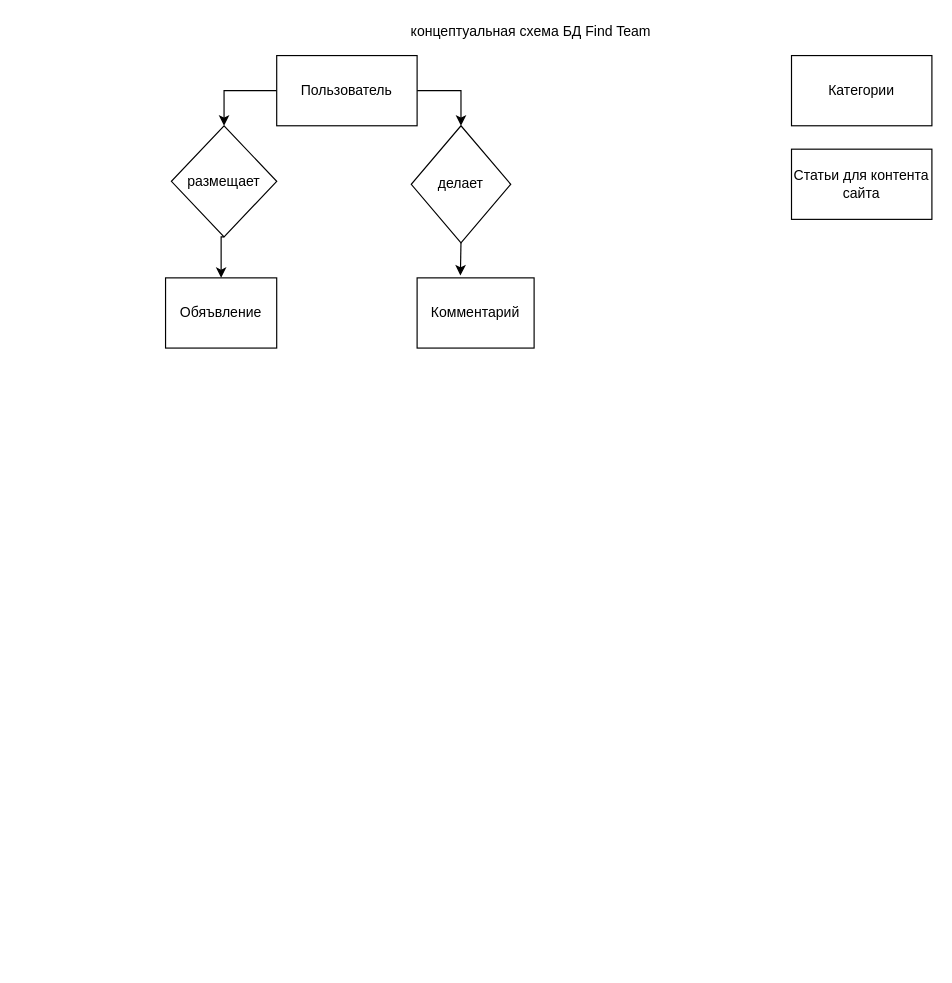
The draw.io diagram scheme_db/scheme conceptual.drawio in igor193/dumpsdatafindteam, before the edit. Source tidied: cells renumbered, new cells numbered last; positions are measured from the earlier drawing's top-left corner, leaving out a move shared by most shapes. Both pictures are drawn from the tidied source at 117%, with x=0, y=0 at pixel (165, 20).
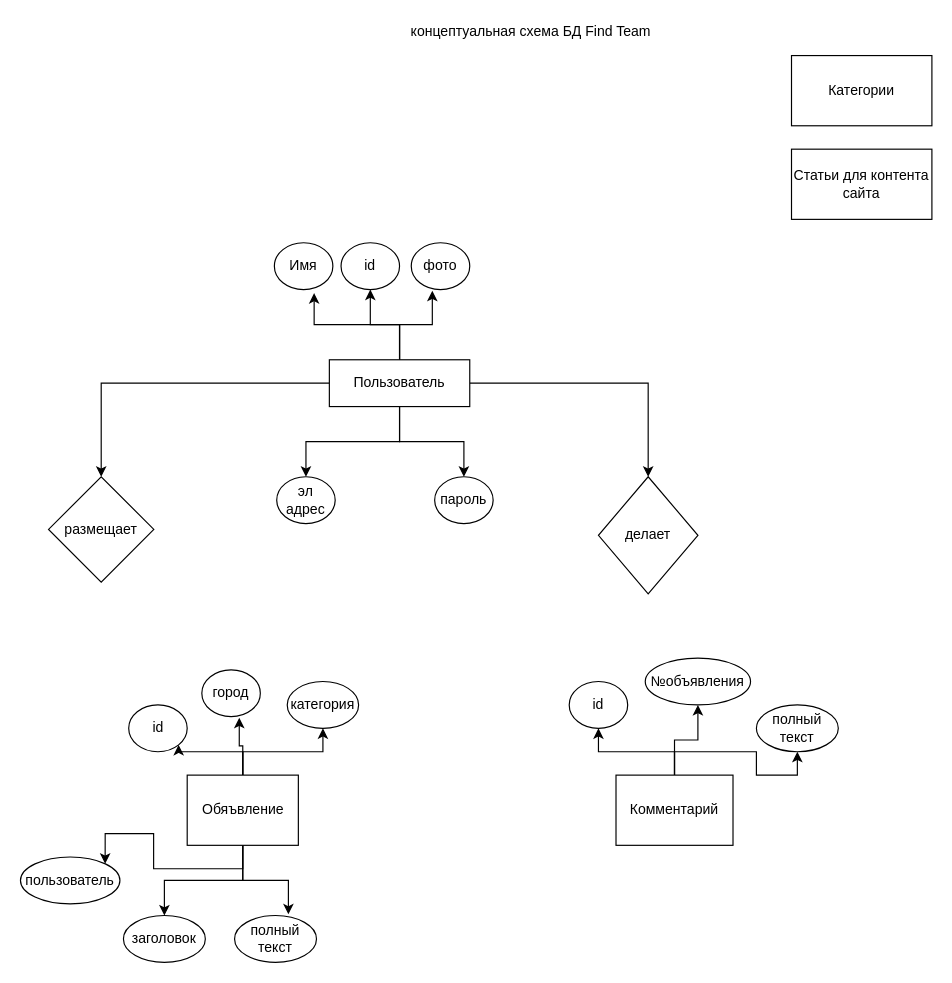
After the change.

Change to the diagram source:
```diff
@@
+    <mxCell id="14" style="edgeStyle=orthogonalEdgeStyle;rounded=0;jettySize=auto;html=1;exitX=0.5;exitY=0;exitDx=0;exitDy=0;entryX=1;entryY=1;entryDx=0;entryDy=0;" parent="1" edge="1" source="2" target="31">
+      <mxGeometry relative="1" as="geometry" />
+    </mxCell>
+    <mxCell id="15" style="edgeStyle=orthogonalEdgeStyle;rounded=0;jettySize=auto;html=1;exitX=0.5;exitY=0;exitDx=0;exitDy=0;entryX=0.64;entryY=1.025;entryDx=0;entryDy=0;entryPerimeter=0;" parent="1" edge="1" source="2" target="34">
+      <mxGeometry relative="1" as="geometry" />
+    </mxCell>
+    <mxCell id="16" style="edgeStyle=orthogonalEdgeStyle;rounded=0;jettySize=auto;html=1;exitX=0.5;exitY=1;exitDx=0;exitDy=0;entryX=1;entryY=0;entryDx=0;entryDy=0;" parent="1" edge="1" source="2" target="35">
+      <mxGeometry relative="1" as="geometry" />
+    </mxCell>
+    <mxCell id="17" style="edgeStyle=orthogonalEdgeStyle;rounded=0;jettySize=auto;html=1;exitX=0.5;exitY=1;exitDx=0;exitDy=0;" parent="1" edge="1" source="2" target="36">
+      <mxGeometry relative="1" as="geometry" />
+    </mxCell>
+    <mxCell id="18" style="edgeStyle=orthogonalEdgeStyle;rounded=0;jettySize=auto;html=1;exitX=0.5;exitY=1;exitDx=0;exitDy=0;entryX=0.657;entryY=-0.025;entryDx=0;entryDy=0;entryPerimeter=0;" parent="1" edge="1" source="2" target="37">
+      <mxGeometry relative="1" as="geometry" />
+    </mxCell>
+    <mxCell id="19" style="edgeStyle=orthogonalEdgeStyle;rounded=0;jettySize=auto;html=1;exitX=0.5;exitY=0;exitDx=0;exitDy=0;entryX=0.5;entryY=1;entryDx=0;entryDy=0;" parent="1" edge="1" source="2" target="39">
+      <mxGeometry relative="1" as="geometry" />
+    </mxCell>
     <mxCell id="2" value="Обяъвление" style="rounded=0;whiteSpace=wrap;html=1;" parent="1" vertex="1">
-      <mxGeometry y="220" width="95" height="60" as="geometry" />
+      <mxGeometry x="18.5" y="645" width="95" height="60" as="geometry" />
     </mxCell>
@@
+    <mxCell id="20" style="edgeStyle=orthogonalEdgeStyle;rounded=0;jettySize=auto;html=1;exitX=0.5;exitY=0;exitDx=0;exitDy=0;entryX=0.68;entryY=1.075;entryDx=0;entryDy=0;entryPerimeter=0;" parent="1" edge="1" source="5" target="28">
+      <mxGeometry relative="1" as="geometry" />
+    </mxCell>
+    <mxCell id="21" style="edgeStyle=orthogonalEdgeStyle;rounded=0;jettySize=auto;html=1;exitX=0.5;exitY=0;exitDx=0;exitDy=0;entryX=0.5;entryY=1;entryDx=0;entryDy=0;" parent="1" edge="1" source="5" target="29">
+      <mxGeometry relative="1" as="geometry" />
+    </mxCell>
+    <mxCell id="22" style="edgeStyle=orthogonalEdgeStyle;rounded=0;jettySize=auto;html=1;exitX=0.5;exitY=0;exitDx=0;exitDy=0;entryX=0.36;entryY=1.025;entryDx=0;entryDy=0;entryPerimeter=0;" parent="1" edge="1" source="5" target="30">
+      <mxGeometry relative="1" as="geometry" />
+    </mxCell>
+    <mxCell id="23" style="edgeStyle=orthogonalEdgeStyle;rounded=0;jettySize=auto;html=1;exitX=0.5;exitY=1;exitDx=0;exitDy=0;entryX=0.5;entryY=0;entryDx=0;entryDy=0;" parent="1" edge="1" source="5" target="32">
+      <mxGeometry relative="1" as="geometry" />
+    </mxCell>
+    <mxCell id="24" style="edgeStyle=orthogonalEdgeStyle;rounded=0;jettySize=auto;html=1;exitX=0.5;exitY=1;exitDx=0;exitDy=0;entryX=0.5;entryY=0;entryDx=0;entryDy=0;" parent="1" edge="1" source="5" target="33">
+      <mxGeometry relative="1" as="geometry" />
+    </mxCell>
     <mxCell id="5" value="Пользователь" style="rounded=0;whiteSpace=wrap;html=1;" parent="1" vertex="1">
-      <mxGeometry x="95" y="30" width="120" height="60" as="geometry" />
+      <mxGeometry x="140" y="290" width="120" height="40" as="geometry" />
     </mxCell>
-    <mxCell id="6" style="edgeStyle=orthogonalEdgeStyle;rounded=0;jettySize=auto;html=1;exitX=1;exitY=0.5;exitDx=0;exitDy=0;entryX=0.5;entryY=0;entryDx=0;entryDy=0;" parent="1" edge="1" source="7" target="2">
-      <mxGeometry relative="1" as="geometry" />
-    </mxCell>
     <mxCell id="7" value="размещает" style="rhombus;whiteSpace=wrap;html=1;direction=south;" parent="1" vertex="1">
-      <mxGeometry x="5" y="90" width="90" height="95" as="geometry" />
+      <mxGeometry x="-100" y="390" width="90" height="90" as="geometry" />
     </mxCell>
+    <mxCell id="25" style="edgeStyle=orthogonalEdgeStyle;rounded=0;jettySize=auto;html=1;exitX=0.5;exitY=0;exitDx=0;exitDy=0;entryX=0.5;entryY=1;entryDx=0;entryDy=0;" parent="1" edge="1" source="8" target="38">
+      <mxGeometry relative="1" as="geometry" />
+    </mxCell>
+    <mxCell id="26" style="edgeStyle=orthogonalEdgeStyle;rounded=0;jettySize=auto;html=1;exitX=0.5;exitY=0;exitDx=0;exitDy=0;entryX=0.5;entryY=1;entryDx=0;entryDy=0;" parent="1" edge="1" source="8" target="40">
+      <mxGeometry relative="1" as="geometry" />
+    </mxCell>
+    <mxCell id="27" style="edgeStyle=orthogonalEdgeStyle;rounded=0;jettySize=auto;html=1;exitX=0.5;exitY=0;exitDx=0;exitDy=0;entryX=0.5;entryY=1;entryDx=0;entryDy=0;" parent="1" edge="1" source="8" target="41">
+      <mxGeometry relative="1" as="geometry" />
+    </mxCell>
     <mxCell id="8" value="Комментарий" style="rounded=0;whiteSpace=wrap;html=1;" parent="1" vertex="1">
-      <mxGeometry x="215" y="220" width="100" height="60" as="geometry" />
+      <mxGeometry x="385" y="645" width="100" height="60" as="geometry" />
     </mxCell>
@@
-    <mxCell id="11" style="edgeStyle=orthogonalEdgeStyle;rounded=0;jettySize=auto;html=1;exitX=1;exitY=0.5;exitDx=0;exitDy=0;entryX=0.37;entryY=-0.033;entryDx=0;entryDy=0;entryPerimeter=0;" parent="1" edge="1" source="12" target="8">
-      <mxGeometry relative="1" as="geometry" />
-    </mxCell>
     <mxCell id="12" value="делает" style="rhombus;whiteSpace=wrap;html=1;direction=south;" parent="1" vertex="1">
-      <mxGeometry x="210" y="90" width="85" height="100" as="geometry" />
+      <mxGeometry x="370" y="390" width="85" height="100" as="geometry" />
     </mxCell>
@@
+    <mxCell id="28" value="Имя" style="ellipse;whiteSpace=wrap;html=1;" parent="1" vertex="1">
+      <mxGeometry x="93" y="190" width="50" height="40" as="geometry" />
+    </mxCell>
+    <mxCell id="29" value="id" style="ellipse;whiteSpace=wrap;html=1;" parent="1" vertex="1">
+      <mxGeometry x="150" y="190" width="50" height="40" as="geometry" />
+    </mxCell>
+    <mxCell id="30" value="фото" style="ellipse;whiteSpace=wrap;html=1;" parent="1" vertex="1">
+      <mxGeometry x="210" y="190" width="50" height="40" as="geometry" />
+    </mxCell>
+    <mxCell id="31" value="id" style="ellipse;whiteSpace=wrap;html=1;" parent="1" vertex="1">
+      <mxGeometry x="-31.5" y="585" width="50" height="40" as="geometry" />
+    </mxCell>
+    <mxCell id="32" value="пароль" style="ellipse;whiteSpace=wrap;html=1;" parent="1" vertex="1">
+      <mxGeometry x="230" y="390" width="50" height="40" as="geometry" />
+    </mxCell>
+    <mxCell id="33" value="эл адрес" style="ellipse;whiteSpace=wrap;html=1;" parent="1" vertex="1">
+      <mxGeometry x="95" y="390" width="50" height="40" as="geometry" />
+    </mxCell>
+    <mxCell id="34" value="город" style="ellipse;whiteSpace=wrap;html=1;" parent="1" vertex="1">
+      <mxGeometry x="31" y="555" width="50" height="40" as="geometry" />
+    </mxCell>
+    <mxCell id="35" value="&lt;div&gt;пользователь&lt;/div&gt;" style="ellipse;whiteSpace=wrap;html=1;" parent="1" vertex="1">
+      <mxGeometry x="-124" y="715" width="85" height="40" as="geometry" />
+    </mxCell>
+    <mxCell id="36" value="заголовок" style="ellipse;whiteSpace=wrap;html=1;" parent="1" vertex="1">
+      <mxGeometry x="-36" y="765" width="70" height="40" as="geometry" />
+    </mxCell>
+    <mxCell id="37" value="полный текст" style="ellipse;whiteSpace=wrap;html=1;" parent="1" vertex="1">
+      <mxGeometry x="59" y="765" width="70" height="40" as="geometry" />
+    </mxCell>
+    <mxCell id="38" value="id" style="ellipse;whiteSpace=wrap;html=1;" parent="1" vertex="1">
+      <mxGeometry x="345" y="565" width="50" height="40" as="geometry" />
+    </mxCell>
+    <mxCell id="39" value="категория" style="ellipse;whiteSpace=wrap;html=1;" parent="1" vertex="1">
+      <mxGeometry x="104" y="565" width="61" height="40" as="geometry" />
+    </mxCell>
+    <mxCell id="40" value="№объявления" style="ellipse;whiteSpace=wrap;html=1;" parent="1" vertex="1">
+      <mxGeometry x="410" y="545" width="90" height="40" as="geometry" />
+    </mxCell>
+    <mxCell id="41" value="полный текст" style="ellipse;whiteSpace=wrap;html=1;" parent="1" vertex="1">
+      <mxGeometry x="505" y="585" width="70" height="40" as="geometry" />
+    </mxCell>
```
